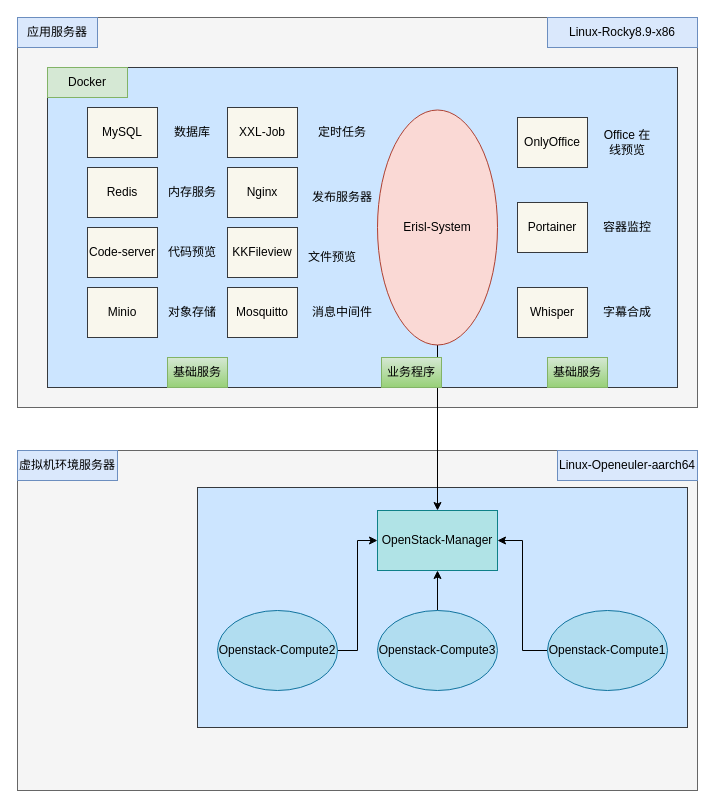
The draw.io diagram 软件库下载.drawio in liz2m/draw.images, before the edit. Source tidied: cells renumbered, new cells numbered last; positions are measured from the earlier drawing's top-left corner, leaving out a move shared by most shapes. Both pictures are drawn from the tidied source at 100%, with x=0, y=0 at pixel (17, 17).
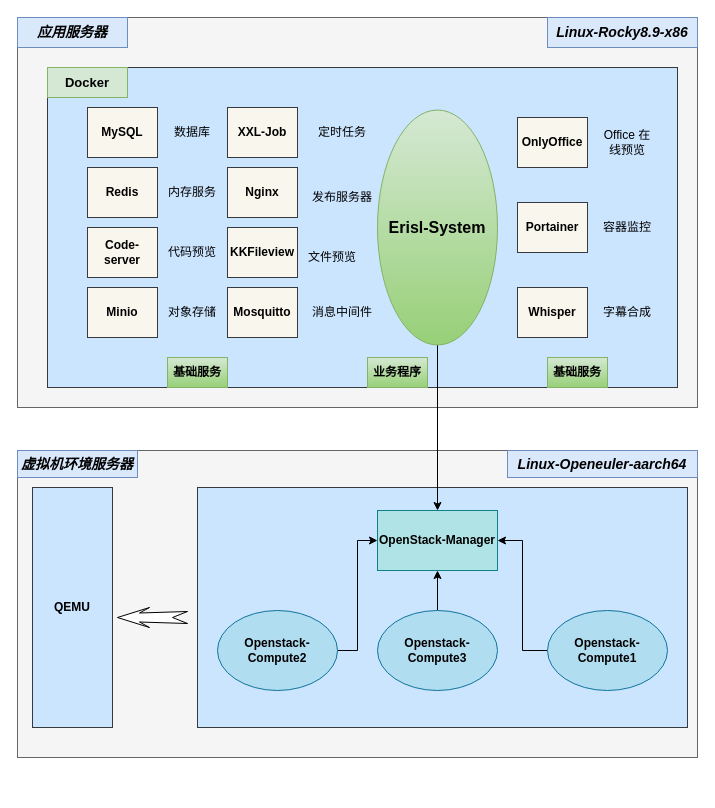
The same diagram, later.

Commit message (it also covers changes not shown here):
更新软件库下载.drawio

Diff of the diagram source:
```diff
@@
     <mxCell id="2" style="rounded=0;whiteSpace=wrap;html=1;fillColor=#f5f5f5;fontColor=#333333;strokeColor=#666666;" parent="1" vertex="1">
-      <mxGeometry y="433" width="680" height="340" as="geometry" />
+      <mxGeometry y="433" width="680" height="307" as="geometry" />
     </mxCell>
@@
-    <mxCell id="5" value="MySQL" style="rounded=0;whiteSpace=wrap;html=1;fillColor=#f9f7ed;strokeColor=#36393d;" parent="1" vertex="1">
+    <mxCell id="5" value="MySQL" style="rounded=0;whiteSpace=wrap;html=1;fillColor=#f9f7ed;strokeColor=#36393d;fontStyle=1;" parent="1" vertex="1">
       <mxGeometry x="70" y="90" width="70" height="50" as="geometry" />
     </mxCell>
-    <mxCell id="6" value="Redis" style="rounded=0;whiteSpace=wrap;html=1;fillColor=#f9f7ed;strokeColor=#36393d;" parent="1" vertex="1">
+    <mxCell id="6" value="Redis" style="rounded=0;whiteSpace=wrap;html=1;fillColor=#f9f7ed;strokeColor=#36393d;fontStyle=1;" parent="1" vertex="1">
       <mxGeometry x="70" y="150" width="70" height="50" as="geometry" />
     </mxCell>
-    <mxCell id="7" value="XXL-Job" style="rounded=0;whiteSpace=wrap;html=1;fillColor=#f9f7ed;strokeColor=#36393d;" parent="1" vertex="1">
+    <mxCell id="7" value="XXL-Job" style="rounded=0;whiteSpace=wrap;html=1;fillColor=#f9f7ed;strokeColor=#36393d;fontStyle=1;" parent="1" vertex="1">
       <mxGeometry x="210" y="90" width="70" height="50" as="geometry" />
     </mxCell>
-    <mxCell id="8" value="Nginx" style="rounded=0;whiteSpace=wrap;html=1;fillColor=#f9f7ed;strokeColor=#36393d;" parent="1" vertex="1">
+    <mxCell id="8" value="Nginx" style="rounded=0;whiteSpace=wrap;html=1;fillColor=#f9f7ed;strokeColor=#36393d;fontStyle=1;" parent="1" vertex="1">
       <mxGeometry x="210" y="150" width="70" height="50" as="geometry" />
     </mxCell>
@@
-    <mxCell id="10" value="OpenStack-Manager" style="rounded=0;whiteSpace=wrap;html=1;fillColor=#b0e3e6;strokeColor=#0e8088;" parent="1" vertex="1">
+    <mxCell id="10" value="OpenStack-Manager" style="rounded=0;whiteSpace=wrap;html=1;fillColor=#b0e3e6;strokeColor=#0e8088;fontStyle=1;" parent="1" vertex="1">
       <mxGeometry x="360" y="493" width="120" height="60" as="geometry" />
     </mxCell>
@@
-    <mxCell id="12" value="Openstack-Compute1" style="ellipse;whiteSpace=wrap;html=1;fillColor=#b1ddf0;strokeColor=#10739e;" parent="1" vertex="1">
+    <mxCell id="12" value="Openstack-Compute1" style="ellipse;whiteSpace=wrap;html=1;fillColor=#b1ddf0;strokeColor=#10739e;fontStyle=1;" parent="1" vertex="1">
       <mxGeometry x="530" y="593" width="120" height="80" as="geometry" />
     </mxCell>
@@
-    <mxCell id="14" value="Openstack-Compute2" style="ellipse;whiteSpace=wrap;html=1;fillColor=#b1ddf0;strokeColor=#10739e;" parent="1" vertex="1">
+    <mxCell id="14" value="Openstack-Compute2" style="ellipse;whiteSpace=wrap;html=1;fillColor=#b1ddf0;strokeColor=#10739e;fontStyle=1;" parent="1" vertex="1">
       <mxGeometry x="200" y="593" width="120" height="80" as="geometry" />
     </mxCell>
-    <mxCell id="15" value="基础服务" style="text;html=1;strokeColor=#82b366;fillColor=#d5e8d4;align=center;verticalAlign=middle;whiteSpace=wrap;rounded=0;gradientColor=#97d077;" parent="1" vertex="1">
+    <mxCell id="15" value="基础服务" style="text;html=1;strokeColor=#82b366;fillColor=#d5e8d4;align=center;verticalAlign=middle;whiteSpace=wrap;rounded=0;gradientColor=#97d077;fontStyle=1;" parent="1" vertex="1">
       <mxGeometry x="150" y="340" width="60" height="30" as="geometry" />
     </mxCell>
@@
-    <mxCell id="17" value="Erisl-System" style="ellipse;whiteSpace=wrap;html=1;fillColor=#fad9d5;strokeColor=#ae4132;" parent="1" vertex="1">
+    <mxCell id="17" value="Erisl-System" style="ellipse;whiteSpace=wrap;html=1;fillColor=#d5e8d4;strokeColor=#82b366;gradientColor=#97d077;fontStyle=1;fontSize=16;" parent="1" vertex="1">
       <mxGeometry x="360" y="92.5" width="120" height="235" as="geometry" />
     </mxCell>
-    <mxCell id="18" value="业务程序" style="text;html=1;strokeColor=#82b366;fillColor=#d5e8d4;align=center;verticalAlign=middle;whiteSpace=wrap;rounded=0;gradientColor=#97d077;" parent="1" vertex="1">
-      <mxGeometry x="364" y="340" width="60" height="30" as="geometry" />
+    <mxCell id="18" value="业务程序" style="text;html=1;strokeColor=#82b366;fillColor=#d5e8d4;align=center;verticalAlign=middle;whiteSpace=wrap;rounded=0;gradientColor=#97d077;fontStyle=1;" parent="1" vertex="1">
+      <mxGeometry x="350" y="340" width="60" height="30" as="geometry" />
     </mxCell>
-    <mxCell id="19" value="OnlyOffice" style="rounded=0;whiteSpace=wrap;html=1;fillColor=#f9f7ed;strokeColor=#36393d;" parent="1" vertex="1">
+    <mxCell id="19" value="OnlyOffice" style="rounded=0;whiteSpace=wrap;html=1;fillColor=#f9f7ed;strokeColor=#36393d;fontStyle=1;" parent="1" vertex="1">
       <mxGeometry x="500" y="100" width="70" height="50" as="geometry" />
     </mxCell>
-    <mxCell id="20" value="Whisper" style="rounded=0;whiteSpace=wrap;html=1;fillColor=#f9f7ed;strokeColor=#36393d;" parent="1" vertex="1">
+    <mxCell id="20" value="Whisper" style="rounded=0;whiteSpace=wrap;html=1;fillColor=#f9f7ed;strokeColor=#36393d;fontStyle=1;" parent="1" vertex="1">
       <mxGeometry x="500" y="270" width="70" height="50" as="geometry" />
     </mxCell>
-    <mxCell id="21" value="Code-server" style="rounded=0;whiteSpace=wrap;html=1;fillColor=#f9f7ed;strokeColor=#36393d;" parent="1" vertex="1">
+    <mxCell id="21" value="Code-server" style="rounded=0;whiteSpace=wrap;html=1;fillColor=#f9f7ed;strokeColor=#36393d;fontStyle=1;" parent="1" vertex="1">
       <mxGeometry x="70" y="210" width="70" height="50" as="geometry" />
     </mxCell>
-    <mxCell id="22" value="KKFileview" style="rounded=0;whiteSpace=wrap;html=1;fillColor=#f9f7ed;strokeColor=#36393d;" parent="1" vertex="1">
+    <mxCell id="22" value="KKFileview" style="rounded=0;whiteSpace=wrap;html=1;fillColor=#f9f7ed;strokeColor=#36393d;fontStyle=1;" parent="1" vertex="1">
       <mxGeometry x="210" y="210" width="70" height="50" as="geometry" />
     </mxCell>
-    <mxCell id="23" value="Minio" style="rounded=0;whiteSpace=wrap;html=1;fillColor=#f9f7ed;strokeColor=#36393d;" parent="1" vertex="1">
+    <mxCell id="23" value="Minio" style="rounded=0;whiteSpace=wrap;html=1;fillColor=#f9f7ed;strokeColor=#36393d;fontStyle=1;" parent="1" vertex="1">
       <mxGeometry x="70" y="270" width="70" height="50" as="geometry" />
     </mxCell>
-    <mxCell id="24" value="Portainer" style="rounded=0;whiteSpace=wrap;html=1;fillColor=#f9f7ed;strokeColor=#36393d;" parent="1" vertex="1">
+    <mxCell id="24" value="Portainer" style="rounded=0;whiteSpace=wrap;html=1;fillColor=#f9f7ed;strokeColor=#36393d;fontStyle=1;" parent="1" vertex="1">
       <mxGeometry x="500" y="185" width="70" height="50" as="geometry" />
     </mxCell>
-    <mxCell id="25" value="Mosquitto" style="rounded=0;whiteSpace=wrap;html=1;fillColor=#f9f7ed;strokeColor=#36393d;" parent="1" vertex="1">
+    <mxCell id="25" value="Mosquitto" style="rounded=0;whiteSpace=wrap;html=1;fillColor=#f9f7ed;strokeColor=#36393d;fontStyle=1;" parent="1" vertex="1">
       <mxGeometry x="210" y="270" width="70" height="50" as="geometry" />
     </mxCell>
@@
-    <mxCell id="37" value="基础服务" style="text;html=1;strokeColor=#82b366;fillColor=#d5e8d4;align=center;verticalAlign=middle;whiteSpace=wrap;rounded=0;gradientColor=#97d077;" parent="1" vertex="1">
+    <mxCell id="37" value="基础服务" style="text;html=1;strokeColor=#82b366;fillColor=#d5e8d4;align=center;verticalAlign=middle;whiteSpace=wrap;rounded=0;gradientColor=#97d077;fontStyle=1;" parent="1" vertex="1">
       <mxGeometry x="530" y="340" width="60" height="30" as="geometry" />
     </mxCell>
@@
-    <mxCell id="39" value="Openstack-Compute3" style="ellipse;whiteSpace=wrap;html=1;fillColor=#b1ddf0;strokeColor=#10739e;" parent="1" vertex="1">
+    <mxCell id="39" value="Openstack-Compute3" style="ellipse;whiteSpace=wrap;html=1;fillColor=#b1ddf0;strokeColor=#10739e;fontStyle=1;" parent="1" vertex="1">
       <mxGeometry x="360" y="593" width="120" height="80" as="geometry" />
     </mxCell>
-    <mxCell id="40" value="应用服务器" style="text;html=1;strokeColor=#6c8ebf;fillColor=#dae8fc;align=center;verticalAlign=middle;whiteSpace=wrap;rounded=0;" parent="1" vertex="1">
-      <mxGeometry width="80" height="30" as="geometry" />
+    <mxCell id="40" value="应用服务器" style="text;html=1;strokeColor=#6c8ebf;fillColor=#dae8fc;align=center;verticalAlign=middle;whiteSpace=wrap;rounded=0;fontStyle=3;fontSize=14;" parent="1" vertex="1">
+      <mxGeometry width="110" height="30" as="geometry" />
     </mxCell>
-    <mxCell id="41" value="虚拟机环境服务器" style="text;html=1;strokeColor=#6c8ebf;fillColor=#dae8fc;align=center;verticalAlign=middle;whiteSpace=wrap;rounded=0;" parent="1" vertex="1">
-      <mxGeometry y="433" width="100" height="30" as="geometry" />
+    <mxCell id="41" value="虚拟机环境服务器" style="text;html=1;strokeColor=#6c8ebf;fillColor=#dae8fc;align=center;verticalAlign=middle;whiteSpace=wrap;rounded=0;fontStyle=3;fontSize=14;" parent="1" vertex="1">
+      <mxGeometry y="433" width="120" height="27" as="geometry" />
     </mxCell>
-    <mxCell id="42" value="Linux-Rocky8.9-x86" style="text;html=1;strokeColor=#6c8ebf;fillColor=#dae8fc;align=center;verticalAlign=middle;whiteSpace=wrap;rounded=0;" parent="1" vertex="1">
+    <mxCell id="42" value="Linux-Rocky8.9-x86" style="text;html=1;strokeColor=#6c8ebf;fillColor=#dae8fc;align=center;verticalAlign=middle;whiteSpace=wrap;rounded=0;fontStyle=3;fontSize=14;" parent="1" vertex="1">
       <mxGeometry x="530" width="150" height="30" as="geometry" />
     </mxCell>
-    <mxCell id="43" value="Linux-Openeuler-aarch64" style="text;html=1;strokeColor=#6c8ebf;fillColor=#dae8fc;align=center;verticalAlign=middle;whiteSpace=wrap;rounded=0;" parent="1" vertex="1">
-      <mxGeometry x="540" y="433" width="140" height="30" as="geometry" />
+    <mxCell id="43" value="Linux-Openeuler-aarch64" style="text;html=1;strokeColor=#6c8ebf;fillColor=#dae8fc;align=center;verticalAlign=middle;whiteSpace=wrap;rounded=0;fontStyle=3;fontSize=14;" parent="1" vertex="1">
+      <mxGeometry x="490" y="433" width="190" height="27" as="geometry" />
     </mxCell>
-    <mxCell id="44" value="Docker" style="text;html=1;strokeColor=#82b366;fillColor=#d5e8d4;align=center;verticalAlign=middle;whiteSpace=wrap;rounded=0;" parent="1" vertex="1">
+    <mxCell id="44" value="Docker" style="text;html=1;strokeColor=#82b366;fillColor=#d5e8d4;align=center;verticalAlign=middle;whiteSpace=wrap;rounded=0;fontStyle=1;fontSize=13;" parent="1" vertex="1">
       <mxGeometry x="30" y="50" width="80" height="30" as="geometry" />
     </mxCell>
+    <mxCell id="45" value="QEMU" style="rounded=0;whiteSpace=wrap;html=1;fillColor=#cce5ff;strokeColor=#36393d;fontStyle=1;" parent="1" vertex="1">
+      <mxGeometry x="15" y="470" width="80" height="240" as="geometry" />
+    </mxCell>
+    <mxCell id="46" style="html=1;shadow=0;dashed=0;align=center;verticalAlign=middle;shape=mxgraph.arrows2.stylisedArrow;dy=0.55;dx=22;notch=15;feather=0.4;rotation=-180;" parent="1" vertex="1">
+      <mxGeometry x="100" y="590" width="70" height="20" as="geometry" />
+    </mxCell>
```
